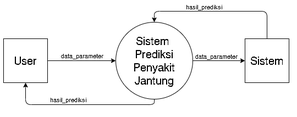
Above: Images/dfd_level0.png in rshby/skripsi (draw.io), before the change. Source tidied: cells renumbered, new cells last; positions are measured from the earlier drawing's top-left corner, leaving out a move shared by most shapes.
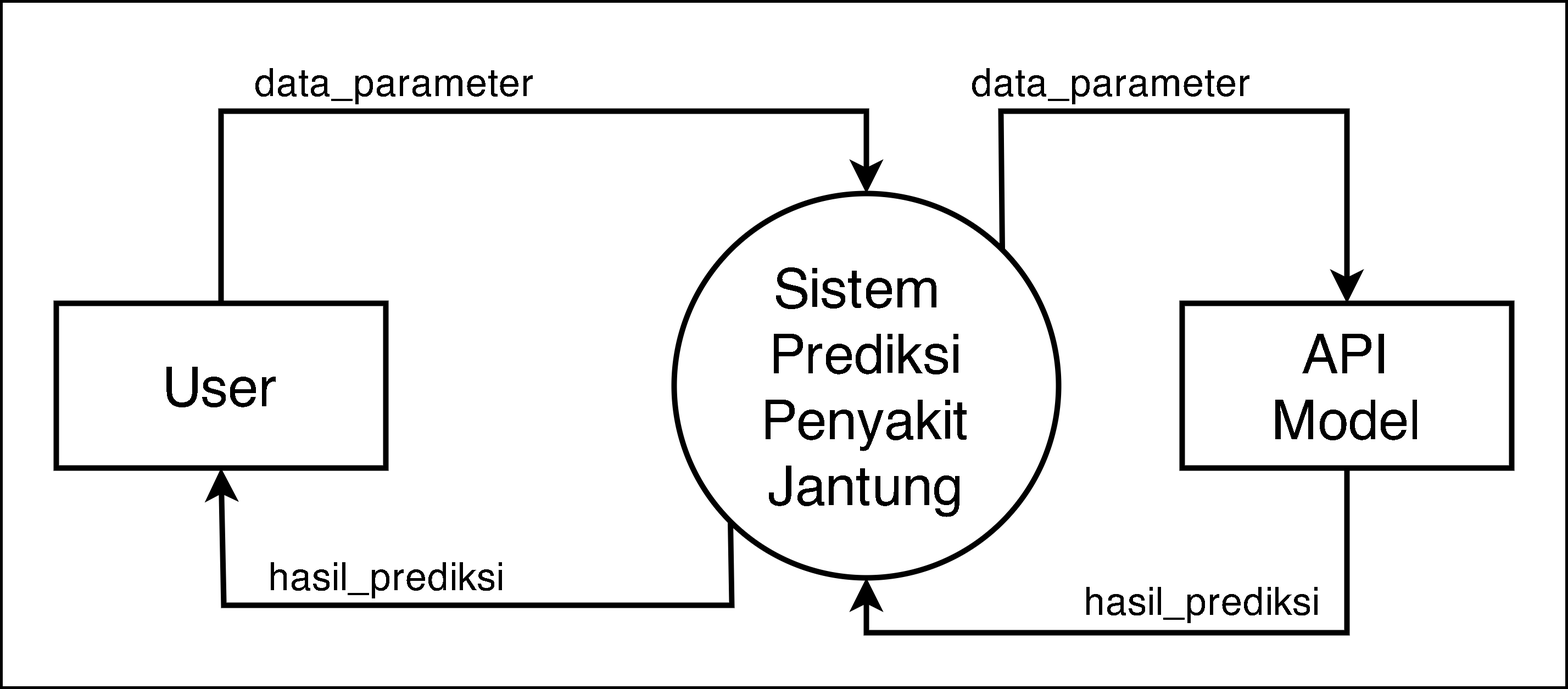
Later version of the same file.

What changed in the source:
```diff
@@ -2,53 +2,67 @@
   <root>
     <mxCell id="0" />
     <mxCell id="1" parent="0" />
+    <mxCell id="13" style="group;" parent="1" vertex="1">
+      <mxGeometry x="-41" y="-50" width="570" height="250" as="geometry" />
+    </mxCell>
+    <mxCell id="14" style="rounded=0;whiteSpace=wrap;html=1;fontSize=14;strokeWidth=1;verticalAlign=bottom;" parent="13" vertex="1">
+      <mxGeometry width="570" height="250" as="geometry" />
+    </mxCell>
-    <mxCell id="2" value="&lt;font style=&quot;font-size: 20px&quot;&gt;Sistem&amp;nbsp;&lt;br&gt;Prediksi&lt;br&gt;Penyakit&lt;br&gt;Jantung&lt;/font&gt;" style="ellipse;whiteSpace=wrap;html=1;" parent="1" vertex="1">
-      <mxGeometry x="204" y="20" width="140" height="140" as="geometry" />
+    <mxCell id="2" value="&lt;font style=&quot;font-size: 20px&quot;&gt;Sistem&amp;nbsp;&lt;br&gt;Prediksi&lt;br&gt;Penyakit&lt;br&gt;Jantung&lt;/font&gt;" style="ellipse;whiteSpace=wrap;html=1;strokeWidth=2;" parent="13" vertex="1">
+      <mxGeometry x="245" y="70" width="140" height="140" as="geometry" />
     </mxCell>
-    <mxCell id="3" value="&lt;font style=&quot;font-size: 20px&quot;&gt;User&lt;/font&gt;" style="whiteSpace=wrap;html=1;" parent="1" vertex="1">
-      <mxGeometry y="50" width="80" height="80" as="geometry" />
-    </mxCell>
-    <mxCell id="4" style="endArrow=classic;html=1;exitX=0.5;exitY=1;exitDx=0;exitDy=0;entryX=0.5;entryY=1;entryDx=0;entryDy=0;" parent="1" edge="1" source="2" target="3">
+    <mxCell id="4" style="endArrow=classic;html=1;exitX=0;exitY=1;exitDx=0;exitDy=0;entryX=0.5;entryY=1;entryDx=0;entryDy=0;strokeWidth=2;rounded=0;" parent="13" edge="1" source="2" target="3">
       <mxGeometry relative="1" as="geometry">
         <Array as="points">
-          <mxPoint x="274" y="170" />
-          <mxPoint x="40" y="170" />
+          <mxPoint x="266" y="220" />
+          <mxPoint x="81" y="220" />
         </Array>
       </mxGeometry>
     </mxCell>
-    <mxCell id="5" value="hasil_prediksi" style="edgeLabel;html=1;align=center;verticalAlign=bottom;" parent="4" vertex="1">
+    <mxCell id="5" value="hasil_prediksi" style="edgeLabel;html=1;align=center;verticalAlign=bottom;fontSize=14;" parent="4" vertex="1">
       <mxGeometry x="0.18" relative="1" as="geometry" />
     </mxCell>
-    <mxCell id="6" style="endArrow=classic;html=1;exitX=1;exitY=0.5;exitDx=0;exitDy=0;entryX=0;entryY=0.5;entryDx=0;entryDy=0;" parent="1" edge="1" source="3" target="2">
-      <mxGeometry relative="1" as="geometry" />
+    <mxCell id="6" style="endArrow=classic;html=1;exitX=0.5;exitY=0;exitDx=0;exitDy=0;entryX=0.5;entryY=0;entryDx=0;entryDy=0;strokeWidth=2;rounded=0;" parent="13" edge="1" source="3" target="2">
+      <mxGeometry relative="1" as="geometry">
+        <Array as="points">
+          <mxPoint x="80" y="40" />
+          <mxPoint x="315" y="40" />
+        </Array>
+      </mxGeometry>
     </mxCell>
-    <mxCell id="7" value="data_parameter" style="edgeLabel;html=1;align=center;verticalAlign=bottom;" parent="6" vertex="1">
+    <mxCell id="7" value="data_parameter" style="edgeLabel;html=1;align=center;verticalAlign=bottom;fontSize=14;" parent="6" vertex="1">
       <mxGeometry x="-0.33" y="1" relative="1" as="geometry">
         <mxPoint x="21" y="1" as="offset" />
       </mxGeometry>
     </mxCell>
-    <mxCell id="8" value="&lt;font style=&quot;font-size: 20px&quot;&gt;Sistem&lt;/font&gt;" style="whiteSpace=wrap;html=1;" parent="1" vertex="1">
-      <mxGeometry x="439" y="50" width="80" height="80" as="geometry" />
-    </mxCell>
-    <mxCell id="9" style="endArrow=classic;html=1;exitX=1;exitY=0.5;exitDx=0;exitDy=0;entryX=0;entryY=0.5;entryDx=0;entryDy=0;" parent="1" edge="1" source="2" target="8">
-      <mxGeometry relative="1" as="geometry" />
-    </mxCell>
+    <mxCell id="3" value="&lt;font style=&quot;font-size: 20px&quot;&gt;User&lt;/font&gt;" style="rounded=0;whiteSpace=wrap;html=1;strokeWidth=2;" parent="13" vertex="1">
+      <mxGeometry x="20" y="110" width="120" height="60" as="geometry" />
+    </mxCell>
+    <mxCell id="15" value="&lt;font style=&quot;font-size: 20px&quot;&gt;API&lt;br&gt;Model&lt;br&gt;&lt;/font&gt;" style="rounded=0;whiteSpace=wrap;html=1;strokeWidth=2;" parent="13" vertex="1">
+      <mxGeometry x="430" y="110" width="120" height="60" as="geometry" />
+    </mxCell>
+    <mxCell id="16" style="endArrow=classic;html=1;strokeWidth=2;exitX=1;exitY=0;exitDx=0;exitDy=0;entryX=0.5;entryY=0;entryDx=0;entryDy=0;rounded=0;" parent="13" edge="1" source="2" target="15">
+      <mxGeometry relative="1" as="geometry">
+        <Array as="points">
+          <mxPoint x="364" y="40" />
+          <mxPoint x="490" y="40" />
+        </Array>
+      </mxGeometry>
+    </mxCell>
-    <mxCell id="10" value="data_parameter" style="edgeLabel;html=1;align=center;verticalAlign=bottom;labelBackgroundColor=none;" parent="9" vertex="1">
-      <mxGeometry x="0.18" y="-1" relative="1" as="geometry">
-        <mxPoint x="-13" as="offset" />
-      </mxGeometry>
+    <mxCell id="10" value="data_parameter" style="edgeLabel;html=1;align=center;verticalAlign=bottom;fontSize=14;" parent="16" vertex="1">
+      <mxGeometry x="-0.27" relative="1" as="geometry" />
     </mxCell>
-    <mxCell id="11" style="endArrow=classic;html=1;exitX=0.5;exitY=0;exitDx=0;exitDy=0;entryX=0.5;entryY=0;entryDx=0;entryDy=0;" parent="1" edge="1" source="8" target="2">
-      <mxGeometry relative="1" as="geometry">
-        <Array as="points">
-          <mxPoint x="479" />
-          <mxPoint x="274" />
-        </Array>
-      </mxGeometry>
-    </mxCell>
+    <mxCell id="17" style="endArrow=classic;html=1;strokeWidth=2;exitX=0.5;exitY=1;exitDx=0;exitDy=0;entryX=0.5;entryY=1;entryDx=0;entryDy=0;rounded=0;" parent="13" edge="1" source="15" target="2">
+      <mxGeometry relative="1" as="geometry">
+        <Array as="points">
+          <mxPoint x="490" y="230" />
+          <mxPoint x="315" y="230" />
+        </Array>
+      </mxGeometry>
+    </mxCell>
-    <mxCell id="12" value="hasil_prediksi" style="edgeLabel;html=1;align=center;verticalAlign=bottom;labelBackgroundColor=none;" parent="11" vertex="1">
-      <mxGeometry x="0.2" y="-2" relative="1" as="geometry">
-        <mxPoint y="3" as="offset" />
+    <mxCell id="12" value="hasil_prediksi" style="edgeLabel;html=1;align=center;verticalAlign=bottom;fontSize=14;" parent="17" vertex="1">
+      <mxGeometry x="0.32" y="-2" relative="1" as="geometry">
+        <mxPoint x="54" y="1" as="offset" />
       </mxGeometry>
     </mxCell>
   </root>
```
